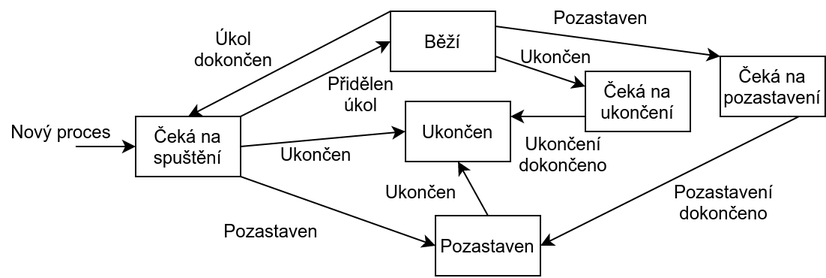
Above: docs/img/process_state.png in michalstruna/exoplanets-ai (draw.io), before the change. Source tidied: cells renumbered, new cells last; positions are measured from the earlier drawing's top-left corner, leaving out a move shared by most shapes.
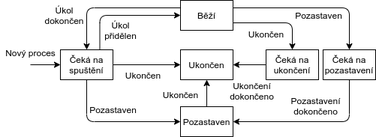
Above is the later version.

Change to the diagram source:
```diff
@@ -3,38 +3,38 @@
     <mxCell id="0" />
     <mxCell id="1" parent="0" />
     <mxCell id="2" value="Běží" style="rounded=0;whiteSpace=wrap;html=1;" parent="1" vertex="1">
-      <mxGeometry x="260" y="6" width="70" height="40" as="geometry" />
+      <mxGeometry x="270" y="6" width="70" height="40" as="geometry" />
     </mxCell>
     <mxCell id="3" value="Čeká na spuštění" style="rounded=0;whiteSpace=wrap;html=1;" parent="1" vertex="1">
-      <mxGeometry x="90" y="76" width="70" height="40" as="geometry" />
+      <mxGeometry x="110" y="72" width="70" height="40" as="geometry" />
     </mxCell>
     <mxCell id="4" value="Čeká na pozastavení" style="rounded=0;whiteSpace=wrap;html=1;" parent="1" vertex="1">
-      <mxGeometry x="480" y="36" width="70" height="40" as="geometry" />
+      <mxGeometry x="460" y="72" width="70" height="40" as="geometry" />
     </mxCell>
     <mxCell id="5" value="Čeká na ukončení" style="rounded=0;whiteSpace=wrap;html=1;" parent="1" vertex="1">
-      <mxGeometry x="390" y="46" width="70" height="40" as="geometry" />
+      <mxGeometry x="384" y="72" width="70" height="40" as="geometry" />
     </mxCell>
     <mxCell id="6" value="Ukončen" style="rounded=0;whiteSpace=wrap;html=1;" parent="1" vertex="1">
-      <mxGeometry x="270" y="66" width="70" height="40" as="geometry" />
+      <mxGeometry x="270" y="72" width="70" height="40" as="geometry" />
     </mxCell>
     <mxCell id="7" value="Pozastaven" style="rounded=0;whiteSpace=wrap;html=1;" parent="1" vertex="1">
-      <mxGeometry x="290" y="142" width="70" height="40" as="geometry" />
+      <mxGeometry x="270" y="148" width="70" height="40" as="geometry" />
     </mxCell>
     <mxCell id="8" style="endArrow=classic;html=1;entryX=0;entryY=0.5;entryDx=0;entryDy=0;" parent="1" edge="1" target="3">
       <mxGeometry relative="1" as="geometry">
-        <mxPoint x="50" y="96" as="sourcePoint" />
+        <mxPoint x="70" y="92" as="sourcePoint" />
       </mxGeometry>
     </mxCell>
     <mxCell id="9" value="Nový proces" style="text;html=1;align=center;verticalAlign=middle;" parent="1" vertex="1">
-      <mxGeometry y="76" width="80" height="20" as="geometry" />
+      <mxGeometry x="30" y="66" width="80" height="20" as="geometry" />
     </mxCell>
-    <mxCell id="10" style="endArrow=classic;html=1;exitX=1;exitY=0;exitDx=0;exitDy=0;entryX=0;entryY=0.5;entryDx=0;entryDy=0;" parent="1" edge="1" source="3" target="2">
+    <mxCell id="10" style="endArrow=classic;html=1;exitX=0.75;exitY=0;exitDx=0;exitDy=0;entryX=0;entryY=0.5;entryDx=0;entryDy=0;edgeStyle=orthogonalEdgeStyle;" parent="1" edge="1" source="3" target="2">
       <mxGeometry relative="1" as="geometry" />
     </mxCell>
-    <mxCell id="11" value="Přidělen&lt;br&gt;úkol" style="text;html=1;align=center;verticalAlign=middle;" parent="1" vertex="1">
-      <mxGeometry x="210" y="46" width="60" height="30" as="geometry" />
+    <mxCell id="11" value="Úkol&lt;br&gt;přidělen" style="text;html=1;align=center;verticalAlign=middle;" parent="1" vertex="1">
+      <mxGeometry x="160" y="31" width="60" height="30" as="geometry" />
     </mxCell>
-    <mxCell id="12" style="endArrow=classic;html=1;exitX=1;exitY=1;exitDx=0;exitDy=0;entryX=0;entryY=0.5;entryDx=0;entryDy=0;" parent="1" edge="1" source="3" target="7">
+    <mxCell id="12" style="endArrow=classic;html=1;exitX=0.5;exitY=1;exitDx=0;exitDy=0;entryX=0;entryY=0.5;entryDx=0;entryDy=0;edgeStyle=orthogonalEdgeStyle;" parent="1" edge="1" source="3" target="7">
       <mxGeometry relative="1" as="geometry" />
     </mxCell>
     <mxCell id="13" value="Pozastaven" style="text;html=1;align=center;verticalAlign=middle;" parent="1" vertex="1">
@@ -47,40 +47,40 @@
       <mxGeometry relative="1" as="geometry" />
     </mxCell>
     <mxCell id="16" value="Ukončen" style="text;html=1;align=center;verticalAlign=middle;" parent="1" vertex="1">
-      <mxGeometry x="180" y="91" width="60" height="20" as="geometry" />
+      <mxGeometry x="190" y="96" width="60" height="20" as="geometry" />
     </mxCell>
     <mxCell id="17" value="Ukončen" style="text;html=1;align=center;verticalAlign=middle;" parent="1" vertex="1">
-      <mxGeometry x="250" y="116" width="60" height="20" as="geometry" />
+      <mxGeometry x="240" y="122" width="60" height="20" as="geometry" />
     </mxCell>
-    <mxCell id="18" style="endArrow=classic;html=1;exitX=1;exitY=0.75;exitDx=0;exitDy=0;entryX=0;entryY=0.25;entryDx=0;entryDy=0;" parent="1" edge="1" source="2" target="5">
+    <mxCell id="18" style="endArrow=classic;html=1;exitX=1;exitY=0.75;exitDx=0;exitDy=0;entryX=0.5;entryY=0;entryDx=0;entryDy=0;edgeStyle=orthogonalEdgeStyle;" parent="1" edge="1" source="2" target="5">
       <mxGeometry relative="1" as="geometry" />
     </mxCell>
-    <mxCell id="19" style="endArrow=classic;html=1;exitX=0;exitY=0.75;exitDx=0;exitDy=0;entryX=1;entryY=0.25;entryDx=0;entryDy=0;" parent="1" edge="1" source="5" target="6">
+    <mxCell id="19" style="endArrow=classic;html=1;exitX=0;exitY=0.5;exitDx=0;exitDy=0;entryX=1;entryY=0.5;entryDx=0;entryDy=0;" parent="1" edge="1" source="5" target="6">
       <mxGeometry relative="1" as="geometry" />
     </mxCell>
-    <mxCell id="20" style="endArrow=classic;html=1;exitX=1;exitY=0.25;exitDx=0;exitDy=0;entryX=0;entryY=0;entryDx=0;entryDy=0;" parent="1" edge="1" source="2" target="4">
+    <mxCell id="20" style="endArrow=classic;html=1;exitX=1;exitY=0.25;exitDx=0;exitDy=0;entryX=0.5;entryY=0;entryDx=0;entryDy=0;edgeStyle=orthogonalEdgeStyle;" parent="1" edge="1" source="2" target="4">
       <mxGeometry relative="1" as="geometry" />
     </mxCell>
     <mxCell id="21" value="Pozastaven" style="text;html=1;align=center;verticalAlign=middle;" parent="1" vertex="1">
-      <mxGeometry x="360" width="80" height="20" as="geometry" />
+      <mxGeometry x="414" y="16" width="80" height="20" as="geometry" />
     </mxCell>
     <mxCell id="22" value="Ukončen" style="text;html=1;align=center;verticalAlign=middle;" parent="1" vertex="1">
-      <mxGeometry x="340" y="26" width="60" height="20" as="geometry" />
+      <mxGeometry x="354" y="41" width="60" height="20" as="geometry" />
     </mxCell>
     <mxCell id="23" value="Ukončení&lt;br&gt;dokončeno" style="text;html=1;align=center;verticalAlign=middle;" parent="1" vertex="1">
-      <mxGeometry x="340" y="86" width="70" height="30" as="geometry" />
+      <mxGeometry x="330" y="112" width="70" height="30" as="geometry" />
     </mxCell>
-    <mxCell id="24" style="endArrow=classic;html=1;exitX=0.75;exitY=1;exitDx=0;exitDy=0;entryX=1;entryY=0.5;entryDx=0;entryDy=0;" parent="1" edge="1" source="4" target="7">
+    <mxCell id="24" style="endArrow=classic;html=1;exitX=0.5;exitY=1;exitDx=0;exitDy=0;entryX=1;entryY=0.5;entryDx=0;entryDy=0;edgeStyle=orthogonalEdgeStyle;" parent="1" edge="1" source="4" target="7">
       <mxGeometry relative="1" as="geometry" />
     </mxCell>
     <mxCell id="25" value="Pozastavení&lt;br&gt;dokončeno" style="text;html=1;align=center;verticalAlign=middle;" parent="1" vertex="1">
-      <mxGeometry x="442" y="118" width="80" height="30" as="geometry" />
+      <mxGeometry x="410" y="132" width="80" height="30" as="geometry" />
     </mxCell>
-    <mxCell id="26" style="endArrow=classic;html=1;exitX=0;exitY=0;exitDx=0;exitDy=0;entryX=0.5;entryY=0;entryDx=0;entryDy=0;" parent="1" edge="1" source="2" target="3">
+    <mxCell id="26" style="endArrow=classic;html=1;exitX=0;exitY=0.25;exitDx=0;exitDy=0;entryX=0.5;entryY=0;entryDx=0;entryDy=0;edgeStyle=orthogonalEdgeStyle;" parent="1" edge="1" source="2" target="3">
       <mxGeometry relative="1" as="geometry" />
     </mxCell>
     <mxCell id="27" value="Úkol&lt;br&gt;dokončen" style="text;html=1;align=center;verticalAlign=middle;" parent="1" vertex="1">
-      <mxGeometry x="120" y="16" width="70" height="30" as="geometry" />
+      <mxGeometry x="80" y="11" width="70" height="30" as="geometry" />
     </mxCell>
   </root>
 </mxGraphModel>
```
